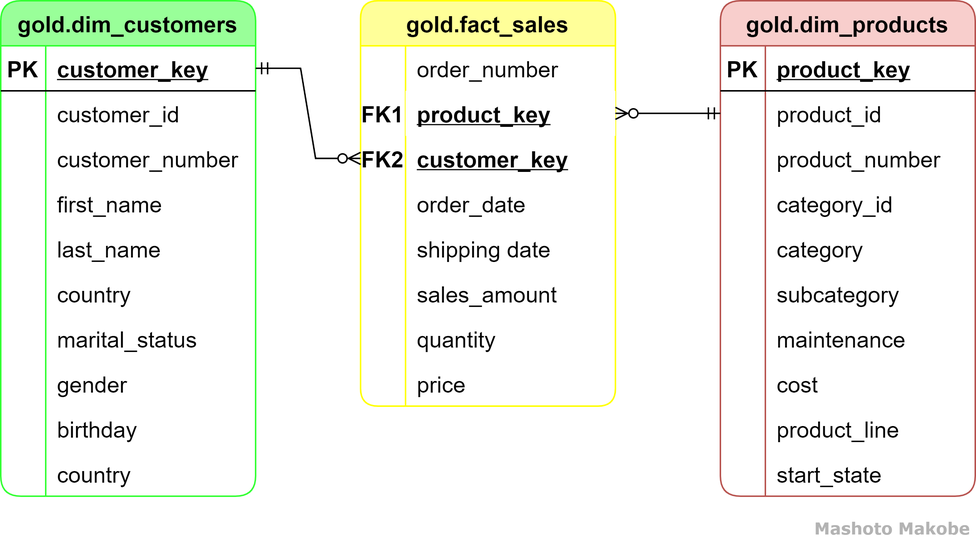
The draw.io diagram docs/data_model.png in mmashoto/sql_data_warehouse_project, before a commit. Source tidied: cells renumbered, new cells last; positions are measured from the earlier drawing's top-left corner, leaving out a move shared by most shapes.
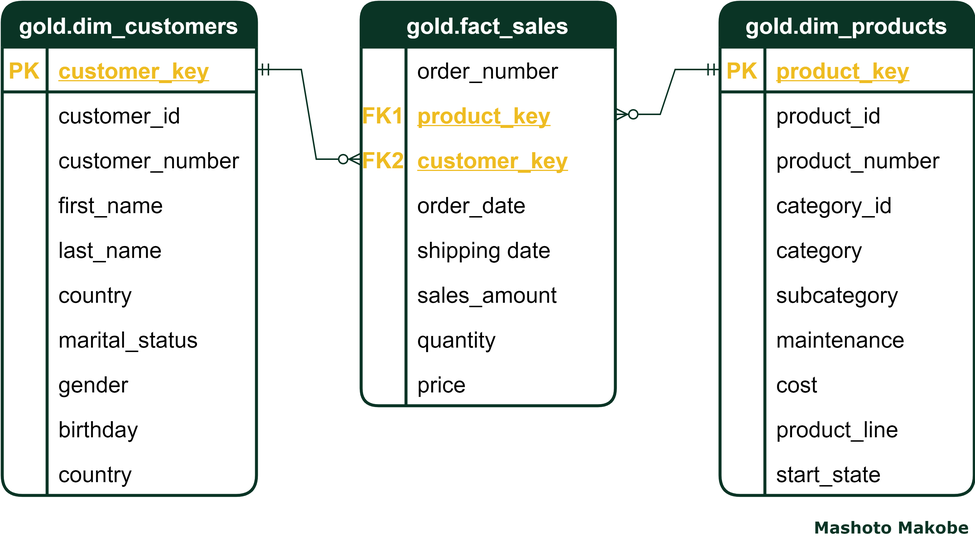
The same diagram one commit later.

Change to the diagram source:
```diff
@@ -2,16 +2,19 @@
   <root>
     <mxCell id="0" />
     <mxCell id="1" parent="0" />
+    <mxCell id="90" style="edgeStyle=entityRelationEdgeStyle;fontSize=12;html=1;endArrow=ERzeroToMany;startArrow=ERmandOne;rounded=0;strokeColor=#0A3425;exitX=0;exitY=0.5;exitDx=0;exitDy=0;" parent="1" edge="1" source="59" target="37">
+      <mxGeometry relative="1" as="geometry" />
+    </mxCell>
-    <mxCell id="2" value="gold.dim_customers" style="shape=table;startSize=30;rowLines=0;fontStyle=1;align=center;fontSize=15;rounded=1;fillColor=#99FF99;strokeColor=#33FF33;" parent="1" vertex="1">
+    <mxCell id="2" value="gold.dim_customers" style="shape=table;startSize=30;rowLines=0;fontStyle=1;align=center;fontSize=15;rounded=1;fillColor=#0A3425;strokeColor=#0A3425;fontColor=#FFFFFF;strokeWidth=2;" parent="1" vertex="1">
       <mxGeometry width="170" height="330" as="geometry" />
     </mxCell>
-    <mxCell id="3" style="shape=partialRectangle;fillColor=none;top=0;left=0;bottom=1;right=0;points=[[0,0.5],[1,0.5]];portConstraint=eastwest;fontSize=15;" parent="2" vertex="1">
+    <mxCell id="3" style="shape=partialRectangle;fillColor=none;top=0;left=0;bottom=1;right=0;points=[[0,0.5],[1,0.5]];portConstraint=eastwest;fontSize=15;strokeWidth=2;strokeColor=#0A3425;" parent="2" vertex="1">
       <mxGeometry y="30" width="170" height="30" as="geometry" />
     </mxCell>
-    <mxCell id="4" value="PK" style="shape=partialRectangle;fillColor=none;top=0;left=0;bottom=0;right=0;fontStyle=1;overflow=hidden;fontSize=15;" parent="3" vertex="1">
+    <mxCell id="4" value="PK" style="shape=partialRectangle;fillColor=none;top=0;left=0;bottom=0;right=0;fontStyle=1;overflow=hidden;fontSize=15;fontColor=#EEBC22;" parent="3" vertex="1">
       <mxGeometry width="30" height="30" as="geometry" />
     </mxCell>
-    <mxCell id="5" value="customer_key" style="shape=partialRectangle;fillColor=none;top=0;left=0;bottom=0;right=0;align=left;spacingLeft=6;fontStyle=5;overflow=hidden;fontSize=15;" parent="3" vertex="1">
+    <mxCell id="5" value="customer_key" style="shape=partialRectangle;fillColor=none;top=0;left=0;bottom=0;right=0;align=left;spacingLeft=6;fontStyle=5;overflow=hidden;fontSize=15;fontColor=#EEBC22;strokeColor=#0A3425;" parent="3" vertex="1">
       <mxGeometry x="30" width="140" height="30" as="geometry" />
     </mxCell>
     <mxCell id="6" style="shape=partialRectangle;fillColor=none;top=0;left=0;bottom=0;right=0;fontSize=15;" parent="2" vertex="1">
@@ -95,7 +98,7 @@
     <mxCell id="32" value="country" style="shape=partialRectangle;fillColor=none;top=0;left=0;bottom=0;right=0;align=left;spacingLeft=6;overflow=hidden;fontSize=15;" parent="30" vertex="1">
       <mxGeometry x="30" width="140" height="30" as="geometry" />
     </mxCell>
-    <mxCell id="33" value="gold.fact_sales" style="shape=table;startSize=30;rowLines=0;fontStyle=1;align=center;fontSize=15;rounded=1;fillColor=#FFFF99;strokeColor=#FFFF00;arcSize=13;" parent="1" vertex="1">
+    <mxCell id="33" value="gold.fact_sales" style="shape=table;startSize=30;rowLines=0;fontStyle=1;align=center;fontSize=15;rounded=1;fillColor=#0A3425;strokeColor=#0A3425;arcSize=13;fontColor=#FFFFFF;strokeWidth=2;" parent="1" vertex="1">
       <mxGeometry x="240" width="170" height="270" as="geometry" />
     </mxCell>
     <mxCell id="34" style="shape=partialRectangle;fillColor=none;top=0;left=0;bottom=0;right=0;fontSize=15;" parent="33" vertex="1">
@@ -104,25 +107,25 @@
     <mxCell id="35" style="shape=partialRectangle;fillColor=none;top=0;left=0;bottom=0;right=0;overflow=hidden;fontSize=15;" parent="34" vertex="1">
       <mxGeometry width="30" height="30" as="geometry" />
     </mxCell>
-    <mxCell id="36" value="order_number" style="shape=partialRectangle;fillColor=none;top=0;left=0;bottom=0;right=0;align=left;spacingLeft=6;overflow=hidden;fontSize=15;" parent="34" vertex="1">
+    <mxCell id="36" value="order_number" style="shape=partialRectangle;fillColor=none;top=0;left=0;bottom=0;right=0;align=left;spacingLeft=6;overflow=hidden;fontSize=15;labelBackgroundColor=default;" parent="34" vertex="1">
       <mxGeometry x="30" width="140" height="30" as="geometry" />
     </mxCell>
     <mxCell id="37" style="shape=partialRectangle;fillColor=none;top=0;left=0;bottom=0;right=0;points=[[0,0.5],[1,0.5]];portConstraint=eastwest;fontSize=15;" parent="33" vertex="1">
       <mxGeometry y="60" width="170" height="30" as="geometry" />
     </mxCell>
-    <mxCell id="38" value="FK1" style="shape=partialRectangle;fillColor=none;top=0;left=0;bottom=0;right=0;overflow=hidden;fontSize=15;fontStyle=1;" parent="37" vertex="1">
+    <mxCell id="38" value="FK1" style="shape=partialRectangle;fillColor=none;top=0;left=0;bottom=0;right=0;overflow=hidden;fontSize=15;fontStyle=1;fontColor=#EEBC22;" parent="37" vertex="1">
       <mxGeometry width="30" height="30" as="geometry" />
     </mxCell>
-    <mxCell id="39" value="product_key" style="shape=partialRectangle;fillColor=default;top=0;left=0;bottom=0;right=0;align=left;spacingLeft=6;overflow=hidden;fontSize=15;fontStyle=5;" parent="37" vertex="1">
+    <mxCell id="39" value="product_key" style="shape=partialRectangle;fillColor=none;top=0;left=0;bottom=0;right=0;align=left;spacingLeft=6;overflow=hidden;fontSize=15;fontStyle=5;fontColor=#EEBC22;" parent="37" vertex="1">
       <mxGeometry x="30" width="140" height="30" as="geometry" />
     </mxCell>
     <mxCell id="40" style="shape=partialRectangle;fillColor=none;top=0;left=0;bottom=0;right=0;points=[[0,0.5],[1,0.5]];portConstraint=eastwest;fontSize=15;" parent="33" vertex="1">
       <mxGeometry y="90" width="170" height="30" as="geometry" />
     </mxCell>
-    <mxCell id="41" value="FK2" style="shape=partialRectangle;fillColor=none;top=0;left=0;bottom=0;right=0;overflow=hidden;fontSize=15;fontStyle=1;" parent="40" vertex="1">
+    <mxCell id="41" value="FK2" style="shape=partialRectangle;fillColor=none;top=0;left=0;bottom=0;right=0;overflow=hidden;fontSize=15;fontStyle=1;fontColor=#EEBC22;" parent="40" vertex="1">
       <mxGeometry width="30" height="30" as="geometry" />
     </mxCell>
-    <mxCell id="42" value="customer_key" style="shape=partialRectangle;fillColor=none;top=0;left=0;bottom=0;right=0;align=left;spacingLeft=6;overflow=hidden;fontSize=15;fontStyle=5;" parent="40" vertex="1">
+    <mxCell id="42" value="customer_key" style="shape=partialRectangle;fillColor=none;top=0;left=0;bottom=0;right=0;align=left;spacingLeft=6;overflow=hidden;fontSize=15;fontStyle=5;fontColor=#EEBC22;" parent="40" vertex="1">
       <mxGeometry x="30" width="140" height="30" as="geometry" />
     </mxCell>
     <mxCell id="43" style="shape=partialRectangle;fillColor=none;top=0;left=0;bottom=0;right=0;fontSize=15;" parent="33" vertex="1">
@@ -170,16 +173,16 @@
     <mxCell id="57" value="price" style="shape=partialRectangle;fillColor=none;top=0;left=0;bottom=0;right=0;align=left;spacingLeft=6;overflow=hidden;fontSize=15;" parent="55" vertex="1">
       <mxGeometry x="30" width="140" height="30" as="geometry" />
     </mxCell>
-    <mxCell id="58" value="gold.dim_products" style="shape=table;startSize=30;rowLines=0;fontStyle=1;align=center;fontSize=15;rounded=1;fillColor=#f8cecc;strokeColor=#b85450;" parent="1" vertex="1">
+    <mxCell id="58" value="gold.dim_products" style="shape=table;startSize=30;rowLines=0;fontStyle=1;align=center;fontSize=15;rounded=1;fillColor=#0A3425;strokeColor=#0A3425;fontColor=#FFFFFF;strokeWidth=2;" parent="1" vertex="1">
       <mxGeometry x="480" width="170" height="330" as="geometry" />
     </mxCell>
-    <mxCell id="59" style="shape=partialRectangle;fillColor=none;top=0;left=0;bottom=1;right=0;points=[[0,0.5],[1,0.5]];portConstraint=eastwest;fontSize=15;" parent="58" vertex="1">
+    <mxCell id="59" style="shape=partialRectangle;fillColor=none;top=0;left=0;bottom=1;right=0;points=[[0,0.5],[1,0.5]];portConstraint=eastwest;fontSize=15;strokeWidth=2;strokeColor=#0A3425;" parent="58" vertex="1">
       <mxGeometry y="30" width="170" height="30" as="geometry" />
     </mxCell>
-    <mxCell id="60" value="PK" style="shape=partialRectangle;fillColor=none;top=0;left=0;bottom=0;right=0;fontStyle=1;overflow=hidden;fontSize=15;" parent="59" vertex="1">
+    <mxCell id="60" value="PK" style="shape=partialRectangle;fillColor=none;top=0;left=0;bottom=0;right=0;fontStyle=1;overflow=hidden;fontSize=15;fontColor=#EEBC22;strokeWidth=2;" parent="59" vertex="1">
       <mxGeometry width="30" height="30" as="geometry" />
     </mxCell>
-    <mxCell id="61" value="product_key" style="shape=partialRectangle;fillColor=none;top=0;left=0;bottom=0;right=0;align=left;spacingLeft=6;fontStyle=5;overflow=hidden;fontSize=15;" parent="59" vertex="1">
+    <mxCell id="61" value="product_key" style="shape=partialRectangle;fillColor=none;top=0;left=0;bottom=0;right=0;align=left;spacingLeft=6;fontStyle=5;overflow=hidden;fontSize=15;fontColor=#EEBC22;" parent="59" vertex="1">
       <mxGeometry x="30" width="140" height="30" as="geometry" />
     </mxCell>
     <mxCell id="62" style="shape=partialRectangle;fillColor=none;top=0;left=0;bottom=0;right=0;points=[[0,0.5],[1,0.5]];portConstraint=eastwest;fontSize=15;" parent="58" vertex="1">
@@ -263,13 +266,10 @@
     <mxCell id="88" value="start_state" style="shape=partialRectangle;fillColor=none;top=0;left=0;bottom=0;right=0;align=left;spacingLeft=6;overflow=hidden;fontSize=15;" parent="86" vertex="1">
       <mxGeometry x="30" width="140" height="30" as="geometry" />
     </mxCell>
-    <mxCell id="89" style="edgeStyle=entityRelationEdgeStyle;fontSize=12;html=1;endArrow=ERzeroToMany;startArrow=ERmandOne;rounded=0;exitX=1;exitY=0.5;exitDx=0;exitDy=0;" parent="1" edge="1" source="3" target="40">
+    <mxCell id="89" style="edgeStyle=entityRelationEdgeStyle;fontSize=12;html=1;endArrow=ERzeroToMany;startArrow=ERmandOne;rounded=0;exitX=1;exitY=0.5;exitDx=0;exitDy=0;strokeColor=#0A3425;" parent="1" edge="1" source="3" target="40">
       <mxGeometry relative="1" as="geometry" />
     </mxCell>
-    <mxCell id="90" style="edgeStyle=entityRelationEdgeStyle;fontSize=12;html=1;endArrow=ERzeroToMany;startArrow=ERmandOne;rounded=0;" parent="1" edge="1" source="62" target="37">
-      <mxGeometry relative="1" as="geometry" />
-    </mxCell>
-    <mxCell id="91" value="&lt;font style=&quot;font-size: 11px&quot;&gt;Mashoto Makobe&lt;/font&gt;" style="text;html=1;strokeColor=none;fillColor=none;align=center;verticalAlign=middle;whiteSpace=wrap;rounded=0;fontSize=14;fontStyle=1;fontFamily=Verdana;fontColor=#B3B3B3;" parent="1" vertex="1">
+    <mxCell id="91" value="&lt;font style=&quot;font-size: 11px&quot; color=&quot;#0a3425&quot;&gt;Mashoto Makobe&lt;/font&gt;" style="text;html=1;strokeColor=none;fillColor=none;align=center;verticalAlign=middle;whiteSpace=wrap;rounded=0;fontSize=14;fontStyle=1;fontFamily=Verdana;fontColor=#B3B3B3;" parent="1" vertex="1">
       <mxGeometry x="540" y="340" width="110" height="20" as="geometry" />
     </mxCell>
   </root>
```
